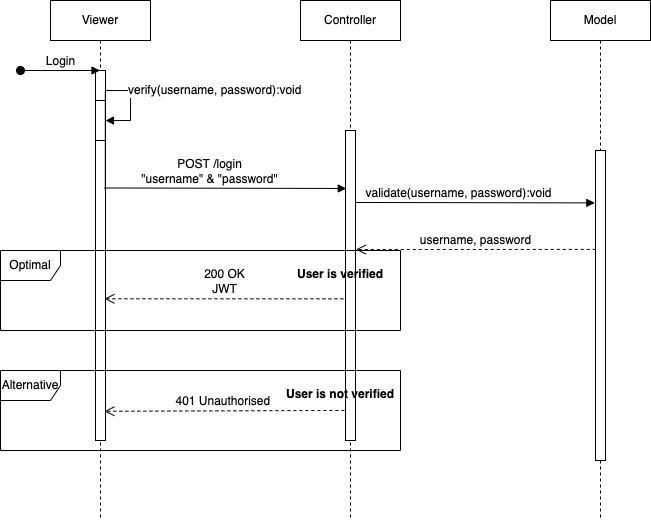
Above: Design/Sprint 3/Sequence diagram - Login.png in cis350/project-uniteandconquer (draw.io), before the change. Source tidied: cells renumbered, new cells last; positions are measured from the earlier drawing's top-left corner, leaving out a move shared by most shapes.
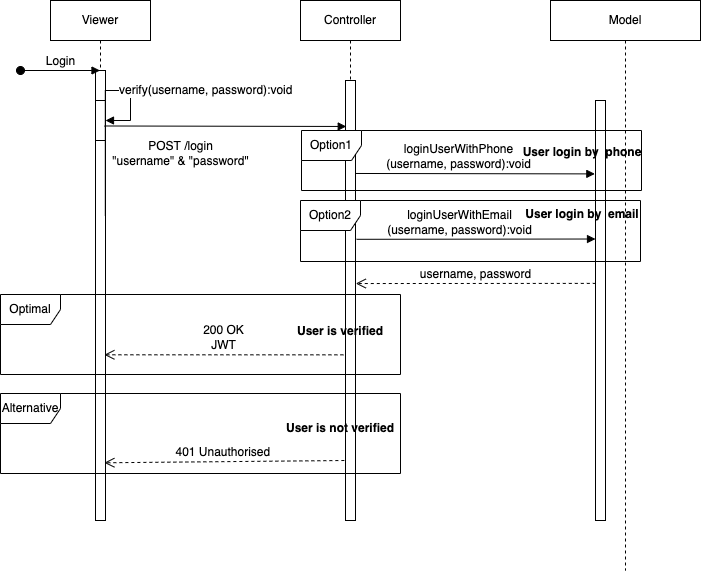
After the commit.

Commit message:
Update sequence diagram

Update sequence diagram
-Login
-Registreation

Diff of the diagram source:
```diff
@@ -3,15 +3,15 @@
     <mxCell id="0" />
     <mxCell id="1" parent="0" />
     <mxCell id="2" value="Viewer" style="shape=umlLifeline;perimeter=lifelinePerimeter;whiteSpace=wrap;html=1;outlineConnect=0;" parent="1" vertex="1">
-      <mxGeometry x="50" width="100" height="520" as="geometry" />
+      <mxGeometry x="300" y="480" width="100" height="520" as="geometry" />
     </mxCell>
-    <mxCell id="3" style="html=1;points=[];perimeter=orthogonalPerimeter;" parent="2" vertex="1">
-      <mxGeometry x="45" y="70" width="10" height="370" as="geometry" />
-    </mxCell>
+    <mxCell id="20" style="html=1;points=[];perimeter=orthogonalPerimeter;" parent="2" vertex="1">
+      <mxGeometry x="45" y="70" width="10" height="450" as="geometry" />
+    </mxCell>
     <mxCell id="4" style="html=1;perimeter=orthogonalPerimeter;" parent="2" vertex="1">
       <mxGeometry x="45" y="100" width="10" height="40" as="geometry" />
     </mxCell>
-    <mxCell id="5" value="verify(username, password):void&amp;nbsp;" style="edgeStyle=orthogonalEdgeStyle;html=1;align=left;spacingLeft=2;endArrow=block;rounded=0;exitX=0.981;exitY=0.322;exitDx=0;exitDy=0;exitPerimeter=0;" parent="2" edge="1" source="3">
+    <mxCell id="5" value="verify(username, password):void&amp;nbsp;" style="edgeStyle=orthogonalEdgeStyle;html=1;align=left;spacingLeft=2;endArrow=block;rounded=0;exitX=0.981;exitY=0.322;exitDx=0;exitDy=0;exitPerimeter=0;" parent="2" edge="1" source="20">
       <mxGeometry x="0.31" relative="1" as="geometry">
         <mxPoint x="55" y="120" as="targetPoint" />
         <Array as="points">
@@ -23,52 +23,81 @@
       </mxGeometry>
     </mxCell>
     <mxCell id="6" value="Controller" style="shape=umlLifeline;perimeter=lifelinePerimeter;whiteSpace=wrap;html=1;" parent="1" vertex="1">
-      <mxGeometry x="300" width="100" height="520" as="geometry" />
+      <mxGeometry x="550" y="480" width="100" height="520" as="geometry" />
     </mxCell>
-    <mxCell id="7" style="html=1;points=[];perimeter=orthogonalPerimeter;" parent="6" vertex="1">
-      <mxGeometry x="45" y="130" width="10" height="310" as="geometry" />
-    </mxCell>
+    <mxCell id="21" style="html=1;perimeter=orthogonalPerimeter;" parent="6" vertex="1">
+      <mxGeometry x="45" y="80" width="10" height="440" as="geometry" />
+    </mxCell>
     <mxCell id="8" value="Model" style="shape=umlLifeline;perimeter=lifelinePerimeter;whiteSpace=wrap;html=1;" parent="1" vertex="1">
-      <mxGeometry x="550" width="100" height="520" as="geometry" />
+      <mxGeometry x="800" y="480" width="150" height="570" as="geometry" />
     </mxCell>
-    <mxCell id="9" style="html=1;points=[];perimeter=orthogonalPerimeter;" parent="8" vertex="1">
-      <mxGeometry x="45" y="150" width="10" height="310" as="geometry" />
-    </mxCell>
+    <mxCell id="22" style="html=1;perimeter=orthogonalPerimeter;" parent="8" vertex="1">
+      <mxGeometry x="45" y="100" width="10" height="420" as="geometry" />
+    </mxCell>
     <mxCell id="10" value="Login" style="html=1;verticalAlign=bottom;startArrow=oval;startFill=1;endArrow=block;startSize=8;rounded=0;" parent="1" edge="1" target="2">
       <mxGeometry relative="1" as="geometry">
-        <mxPoint x="20" y="70" as="sourcePoint" />
+        <mxPoint x="270" y="550" as="sourcePoint" />
       </mxGeometry>
     </mxCell>
-    <mxCell id="11" value="POST /login&lt;br&gt;&quot;username&quot; &amp;amp; &quot;password&quot;" style="html=1;verticalAlign=bottom;endArrow=block;rounded=0;exitX=0.886;exitY=0.608;exitDx=0;exitDy=0;exitPerimeter=0;entryX=0.076;entryY=0.187;entryDx=0;entryDy=0;entryPerimeter=0;" parent="1" edge="1" target="7">
-      <mxGeometry x="-0.14" relative="1" as="geometry">
-        <mxPoint x="103.9" y="187.5" as="sourcePoint" />
+    <mxCell id="11" value="POST /login&lt;br&gt;&quot;username&quot; &amp;amp; &quot;password&quot;" style="html=1;verticalAlign=bottom;endArrow=block;rounded=0;exitX=0.886;exitY=0.608;exitDx=0;exitDy=0;exitPerimeter=0;entryX=0.076;entryY=0.187;entryDx=0;entryDy=0;entryPerimeter=0;" parent="1" edge="1">
+      <mxGeometry x="-0.37" y="-44" relative="1" as="geometry">
+        <mxPoint x="353.9" y="605.5" as="sourcePoint" />
+        <mxPoint x="595.8" y="606" as="targetPoint" />
       </mxGeometry>
     </mxCell>
-    <mxCell id="12" value="validate(username, password):void" style="html=1;verticalAlign=bottom;endArrow=block;rounded=0;exitX=1.029;exitY=0.187;exitDx=0;exitDy=0;exitPerimeter=0;entryX=-0.067;entryY=0.169;entryDx=0;entryDy=0;entryPerimeter=0;" parent="1" edge="1" target="9">
-      <mxGeometry x="-0.14" relative="1" as="geometry">
-        <mxPoint x="355.3" y="202" as="sourcePoint" />
-      </mxGeometry>
-    </mxCell>
+    <mxCell id="23" value="loginUserWithPhone&lt;br&gt;(username, password):void" style="html=1;verticalAlign=bottom;endArrow=block;rounded=0;exitX=1.029;exitY=0.187;exitDx=0;exitDy=0;exitPerimeter=0;entryX=-0.067;entryY=0.169;entryDx=0;entryDy=0;entryPerimeter=0;" parent="1" edge="1">
+      <mxGeometry x="-0.14" relative="1" as="geometry">
+        <mxPoint x="605.3" y="653" as="sourcePoint" />
+        <mxPoint x="844.3" y="653.4" as="targetPoint" />
+      </mxGeometry>
+    </mxCell>
-    <mxCell id="13" value="username, password" style="html=1;verticalAlign=bottom;endArrow=open;dashed=1;endSize=8;rounded=0;exitX=0.029;exitY=0.319;exitDx=0;exitDy=0;exitPerimeter=0;entryX=1.029;entryY=0.384;entryDx=0;entryDy=0;entryPerimeter=0;" parent="1" edge="1" source="9" target="7">
-      <mxGeometry relative="1" as="geometry" />
+    <mxCell id="13" value="username, password" style="html=1;verticalAlign=bottom;endArrow=open;dashed=1;endSize=8;rounded=0;exitX=0.029;exitY=0.319;exitDx=0;exitDy=0;exitPerimeter=0;entryX=1.029;entryY=0.384;entryDx=0;entryDy=0;entryPerimeter=0;" parent="1" edge="1">
+      <mxGeometry relative="1" as="geometry">
+        <mxPoint x="845.3" y="762.9" as="sourcePoint" />
+        <mxPoint x="605.3" y="763" as="targetPoint" />
+      </mxGeometry>
     </mxCell>
     <mxCell id="14" value="Optimal" style="shape=umlFrame;whiteSpace=wrap;html=1;" parent="1" vertex="1">
-      <mxGeometry y="250" width="400" height="80" as="geometry" />
+      <mxGeometry x="250" y="774" width="400" height="80" as="geometry" />
     </mxCell>
     <mxCell id="15" value="Alternative" style="shape=umlFrame;whiteSpace=wrap;html=1;" parent="1" vertex="1">
-      <mxGeometry y="370" width="400" height="80" as="geometry" />
+      <mxGeometry x="250" y="873" width="400" height="80" as="geometry" />
     </mxCell>
-    <mxCell id="16" value="200 OK&lt;br&gt;JWT" style="html=1;verticalAlign=bottom;endArrow=open;dashed=1;endSize=8;rounded=0;entryX=0.886;entryY=0.617;entryDx=0;entryDy=0;entryPerimeter=0;exitX=-0.21;exitY=0.543;exitDx=0;exitDy=0;exitPerimeter=0;" parent="1" edge="1" source="7" target="3">
-      <mxGeometry relative="1" as="geometry" />
+    <mxCell id="16" value="200 OK&lt;br&gt;JWT" style="html=1;verticalAlign=bottom;endArrow=open;dashed=1;endSize=8;rounded=0;entryX=0.886;entryY=0.617;entryDx=0;entryDy=0;entryPerimeter=0;exitX=-0.21;exitY=0.543;exitDx=0;exitDy=0;exitPerimeter=0;" parent="1" edge="1">
+      <mxGeometry relative="1" as="geometry">
+        <mxPoint x="592.9" y="834.3" as="sourcePoint" />
+        <mxPoint x="353.9" y="834.3" as="targetPoint" />
+      </mxGeometry>
     </mxCell>
-    <mxCell id="17" value="401 Unauthorised&amp;nbsp;" style="html=1;verticalAlign=bottom;endArrow=open;dashed=1;endSize=8;rounded=0;exitX=-0.114;exitY=0.903;exitDx=0;exitDy=0;exitPerimeter=0;entryX=0.886;entryY=0.921;entryDx=0;entryDy=0;entryPerimeter=0;" parent="1" edge="1" source="7" target="3">
-      <mxGeometry relative="1" as="geometry" />
+    <mxCell id="17" value="401 Unauthorised&amp;nbsp;" style="html=1;verticalAlign=bottom;endArrow=open;dashed=1;endSize=8;rounded=0;exitX=-0.114;exitY=0.903;exitDx=0;exitDy=0;exitPerimeter=0;entryX=0.886;entryY=0.921;entryDx=0;entryDy=0;entryPerimeter=0;" parent="1" edge="1">
+      <mxGeometry relative="1" as="geometry">
+        <mxPoint x="593.9" y="940" as="sourcePoint" />
+        <mxPoint x="353.9" y="942.3" as="targetPoint" />
+      </mxGeometry>
     </mxCell>
     <mxCell id="18" value="User is verified" style="text;align=center;fontStyle=1;verticalAlign=middle;spacingLeft=3;spacingRight=3;strokeColor=none;" parent="1" vertex="1">
-      <mxGeometry x="300" y="260" width="80" height="26" as="geometry" />
+      <mxGeometry x="550" y="797" width="80" height="26" as="geometry" />
     </mxCell>
     <mxCell id="19" value="User is not verified" style="text;align=center;fontStyle=1;verticalAlign=middle;spacingLeft=3;spacingRight=3;strokeColor=none;" parent="1" vertex="1">
-      <mxGeometry x="300" y="380" width="80" height="26" as="geometry" />
+      <mxGeometry x="550" y="894" width="80" height="26" as="geometry" />
     </mxCell>
+    <mxCell id="24" value="loginUserWithEmail&lt;br&gt;(username, password):void" style="html=1;verticalAlign=bottom;endArrow=block;rounded=0;exitX=1.1;exitY=0.295;exitDx=0;exitDy=0;exitPerimeter=0;entryX=0;entryY=0.233;entryDx=0;entryDy=0;entryPerimeter=0;" parent="1" edge="1">
+      <mxGeometry x="-0.14" relative="1" as="geometry">
+        <mxPoint x="606" y="718.8" as="sourcePoint" />
+        <mxPoint x="845" y="718.5" as="targetPoint" />
+      </mxGeometry>
+    </mxCell>
+    <mxCell id="25" value="Option1" style="shape=umlFrame;whiteSpace=wrap;html=1;" parent="1" vertex="1">
+      <mxGeometry x="551" y="610" width="340" height="60" as="geometry" />
+    </mxCell>
+    <mxCell id="26" value="Option2" style="shape=umlFrame;whiteSpace=wrap;html=1;" parent="1" vertex="1">
+      <mxGeometry x="550" y="680" width="340" height="61" as="geometry" />
+    </mxCell>
+    <mxCell id="27" value="User login by  phone" style="text;align=center;fontStyle=1;verticalAlign=middle;spacingLeft=3;spacingRight=3;strokeColor=none;" parent="1" vertex="1">
+      <mxGeometry x="792" y="618" width="80" height="26" as="geometry" />
+    </mxCell>
+    <mxCell id="28" value="User login by  email" style="text;align=center;fontStyle=1;verticalAlign=middle;spacingLeft=3;spacingRight=3;strokeColor=none;" parent="1" vertex="1">
+      <mxGeometry x="792" y="680" width="80" height="26" as="geometry" />
+    </mxCell>
   </root>
 </mxGraphModel>
```
